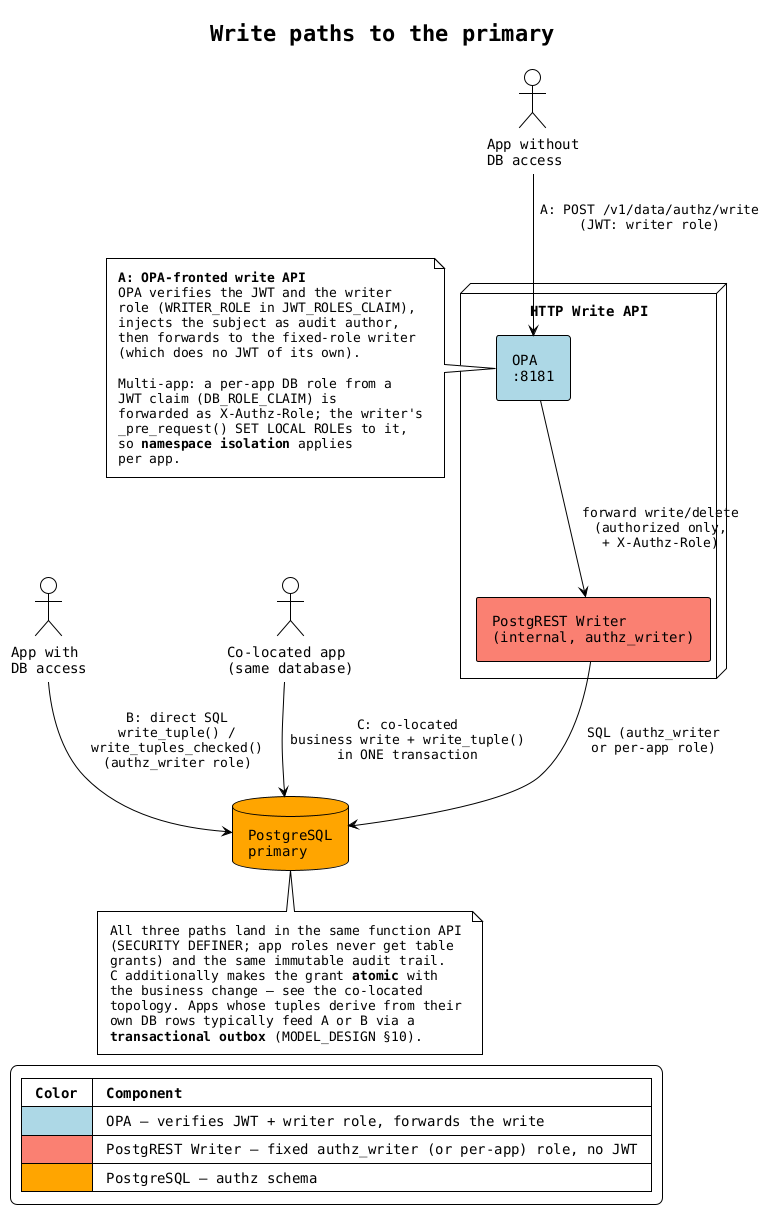
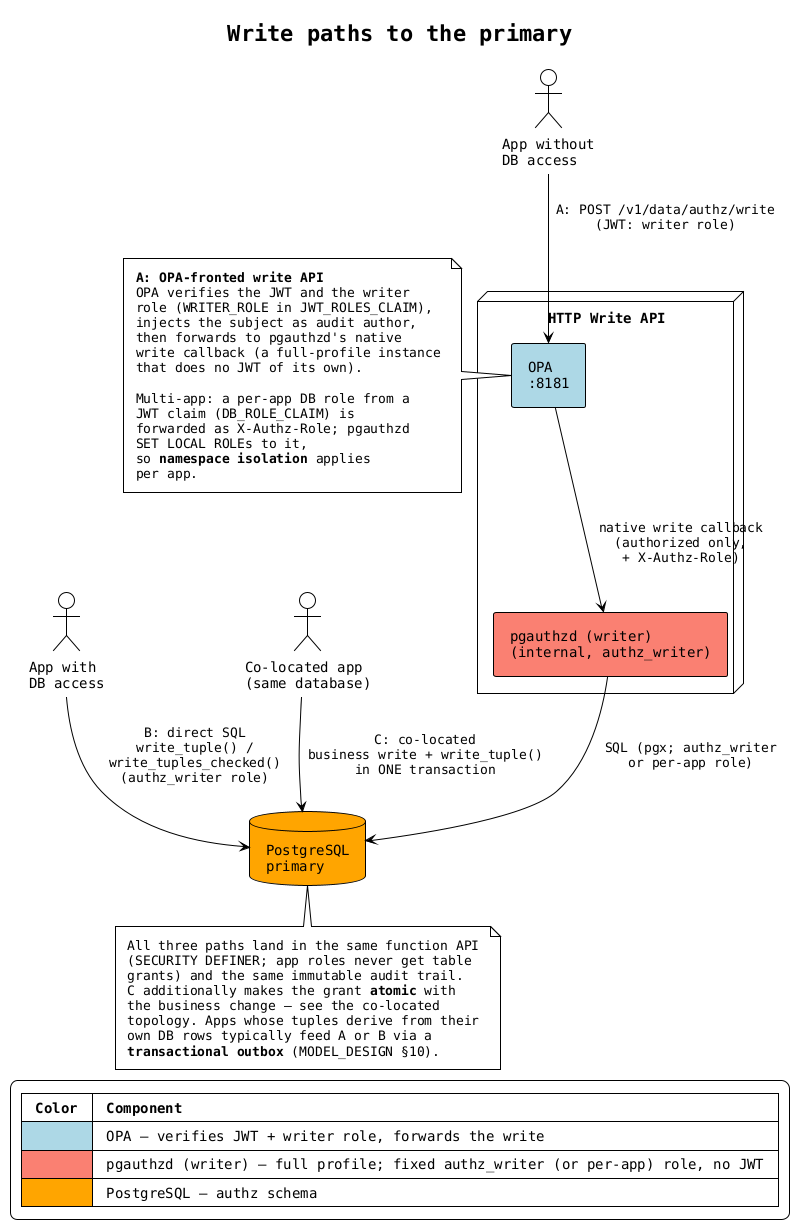
@startuml architecture-write-api

!theme plain
skinparam backgroundColor white
skinparam componentStyle rectangle
skinparam defaultFontName monospaced
skinparam nodesep 50
skinparam ranksep 40
skinparam padding 6

title Write paths to the primary

actor "App without\nDB access" as appA
actor "App with\nDB access" as appB
actor "Co-located app\n(same database)" as appC

note as N1
  **A: OPA-fronted write API**
  OPA verifies the JWT and the writer
  role (WRITER_ROLE in JWT_ROLES_CLAIM),
  injects the subject as audit author,
-   then forwards to the fixed-role writer
-   (which does no JWT of its own).
+   then forwards to pgauthzd's native
+   write callback (a full-profile instance
+   that does no JWT of its own).

  Multi-app: a per-app DB role from a
  JWT claim (DB_ROLE_CLAIM) is
-   forwarded as X-Authz-Role; the writer's
-   _pre_request() SET LOCAL ROLEs to it,
+   forwarded as X-Authz-Role; pgauthzd
+   SET LOCAL ROLEs to it,
  so **namespace isolation** applies
  per app.
end note

node "HTTP Write API" as optA {
    component "OPA\n:8181" as opa #LightBlue
-     component "PostgREST Writer\n(internal, authz_writer)" as pgrst #Salmon
+     component "pgauthzd (writer)\n(internal, authz_writer)" as pgd #Salmon
}

database "PostgreSQL\nprimary" as pg #Orange

N1 -right-> opa

appA -down-> opa : "A: POST /v1/data/authz/write\n(JWT: writer role)"
- opa -down-> pgrst : "forward write/delete\n(authorized only,\n+ X-Authz-Role)"
- pgrst -down-> pg : "SQL (authz_writer\nor per-app role)"
+ opa -down-> pgd : "native write callback\n(authorized only,\n+ X-Authz-Role)"
+ pgd -down-> pg : "SQL (pgx; authz_writer\nor per-app role)"

appB -down-> pg : "B: direct SQL\nwrite_tuple() /\nwrite_tuples_checked()\n(authz_writer role)"

appC -down-> pg : "C: co-located\nbusiness write + write_tuple()\nin ONE transaction"

note bottom of pg
  All three paths land in the same function API
  (SECURITY DEFINER; app roles never get table
  grants) and the same immutable audit trail.
  C additionally makes the grant **atomic** with
  the business change — see the co-located
  topology. Apps whose tuples derive from their
  own DB rows typically feed A or B via a
  **transactional outbox** (MODEL_DESIGN §10).
end note

legend bottom left
  |= Color |= Component |
  | <#LightBlue> | OPA — verifies JWT + writer role, forwards the write |
-   | <#Salmon> | PostgREST Writer — fixed authz_writer (or per-app) role, no JWT |
+   | <#Salmon> | pgauthzd (writer) — full profile; fixed authz_writer (or per-app) role, no JWT |
  | <#Orange> | PostgreSQL — authz schema |
end legend

@enduml
